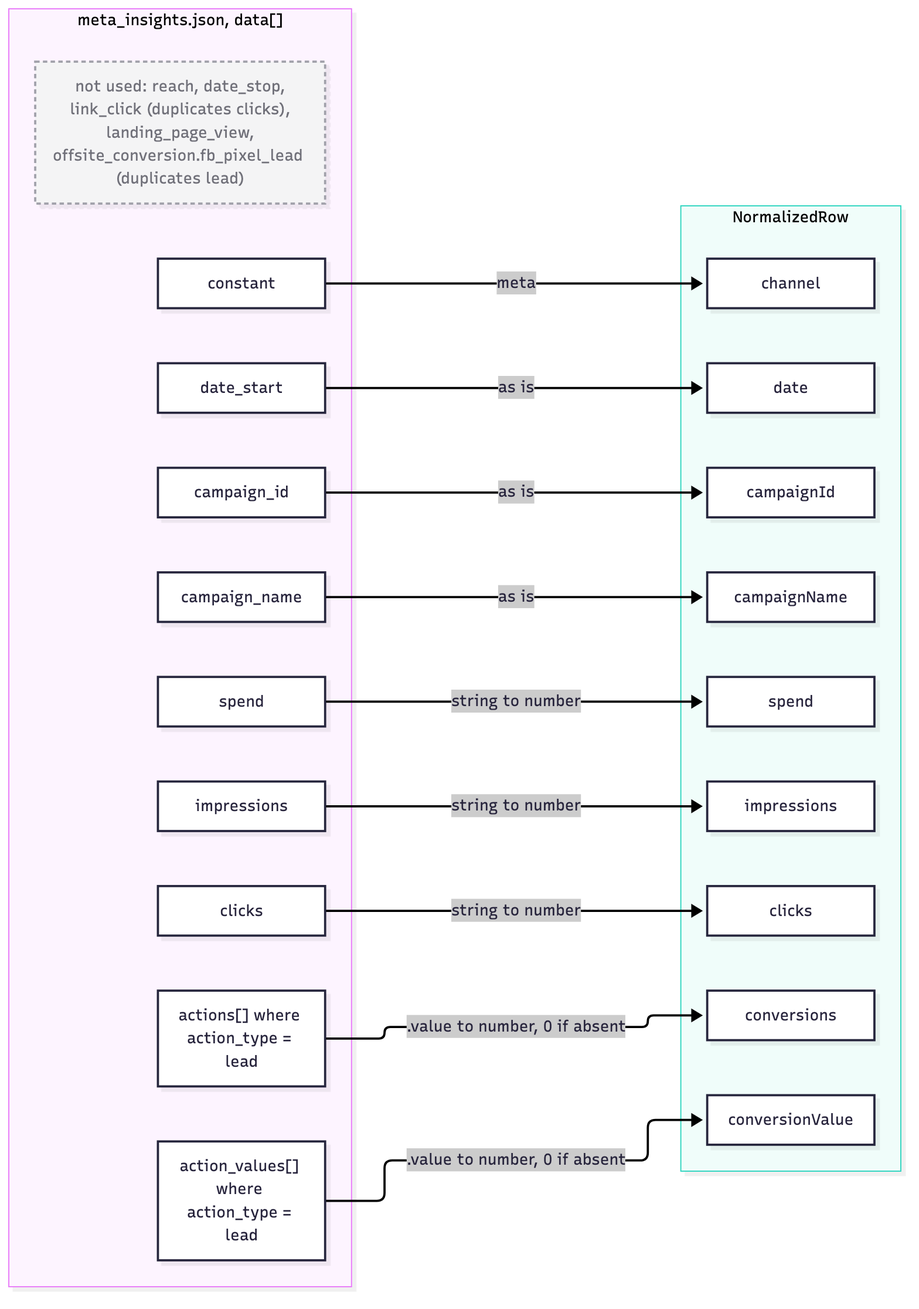
Earlier version of the Mermaid export docs/diagrams/meta-mapping.png (btmCustom/ADBOX-Dashboard-Product-Engineer-exercise). Its source is kept beside it as docs/diagrams/meta-mapping.mmd. The source it was exported from:
```mermaid
flowchart LR
    subgraph SRC["meta_insights.json, data[]"]
        m_const["constant"]
        m_date["date_start"]
        m_id["campaign_id"]
        m_name["campaign_name"]
        m_spend["spend"]
        m_impr["impressions"]
        m_clicks["clicks"]
        m_conv["actions[] where action_type = lead"]
        m_val["action_values[] where action_type = lead"]
        m_drop["not used: reach, date_stop,<br/>link_click (duplicates clicks),<br/>landing_page_view,<br/>offsite_conversion.fb_pixel_lead (duplicates lead)"]
    end
    subgraph OUT["NormalizedRow"]
        n_channel["channel"]
        n_date["date"]
        n_id["campaignId"]
        n_name["campaignName"]
        n_spend["spend"]
        n_impr["impressions"]
        n_clicks["clicks"]
        n_conv["conversions"]
        n_val["conversionValue"]
    end
    m_const -- "meta" --> n_channel
    m_date -- "as is" --> n_date
    m_id -- "as is" --> n_id
    m_name -- "as is" --> n_name
    m_spend -- "string to number" --> n_spend
    m_impr -- "string to number" --> n_impr
    m_clicks -- "string to number" --> n_clicks
    m_conv -- ".value to number, 0 if absent" --> n_conv
    m_val -- ".value to number, 0 if absent" --> n_val
    classDef dropped fill:#f4f4f5,stroke:#a1a1aa,stroke-dasharray:4 3,color:#71717a
    class m_drop dropped
```
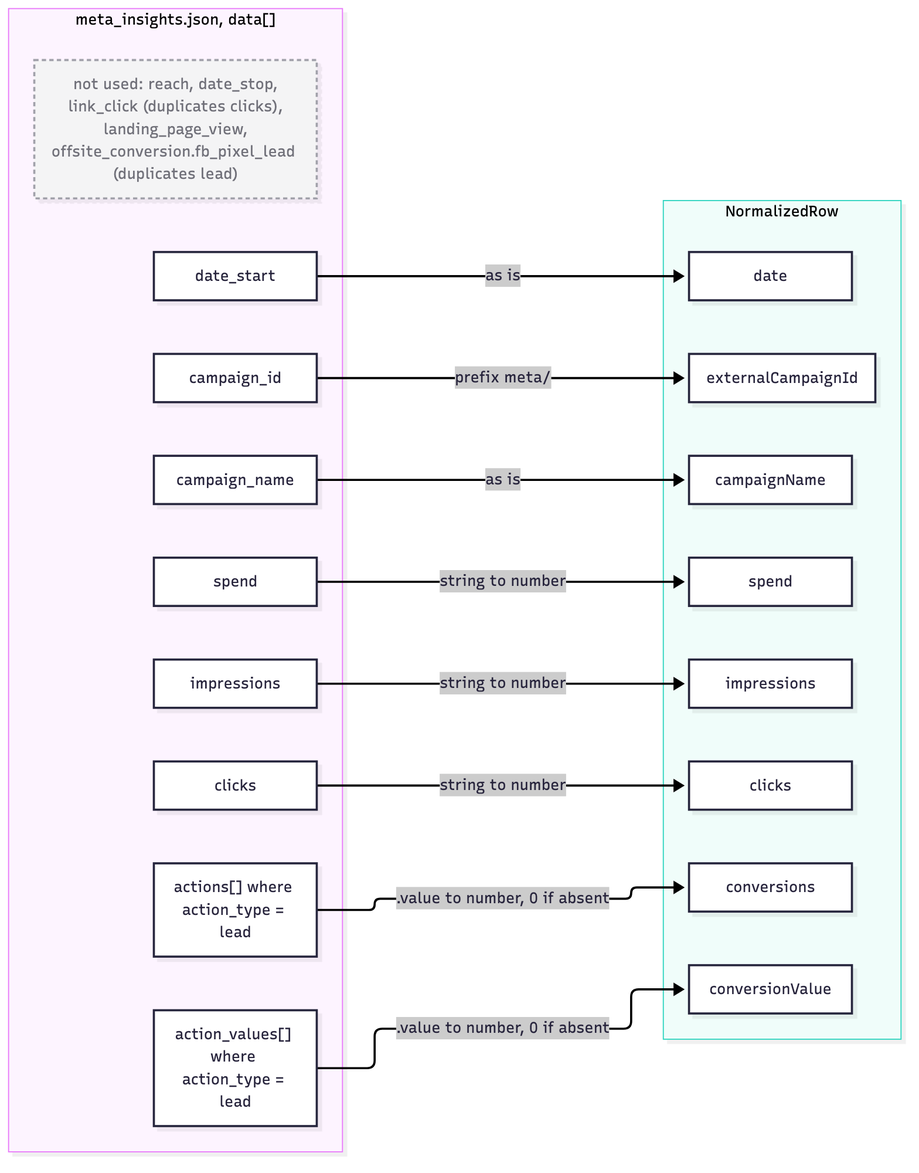
After the change.

The edit, as a diff of the source:
```diff
@@ -1,6 +1,5 @@
 flowchart LR
     subgraph SRC["meta_insights.json, data[]"]
-        m_const["constant"]
         m_date["date_start"]
         m_id["campaign_id"]
         m_name["campaign_name"]
@@ -12,9 +11,8 @@
         m_drop["not used: reach, date_stop,<br/>link_click (duplicates clicks),<br/>landing_page_view,<br/>offsite_conversion.fb_pixel_lead (duplicates lead)"]
     end
     subgraph OUT["NormalizedRow"]
-        n_channel["channel"]
         n_date["date"]
-        n_id["campaignId"]
+        n_id["externalCampaignId"]
         n_name["campaignName"]
         n_spend["spend"]
         n_impr["impressions"]
@@ -22,9 +20,8 @@
         n_conv["conversions"]
         n_val["conversionValue"]
     end
-    m_const -- "meta" --> n_channel
     m_date -- "as is" --> n_date
-    m_id -- "as is" --> n_id
+    m_id -- "prefix meta/" --> n_id
     m_name -- "as is" --> n_name
     m_spend -- "string to number" --> n_spend
     m_impr -- "string to number" --> n_impr
```
